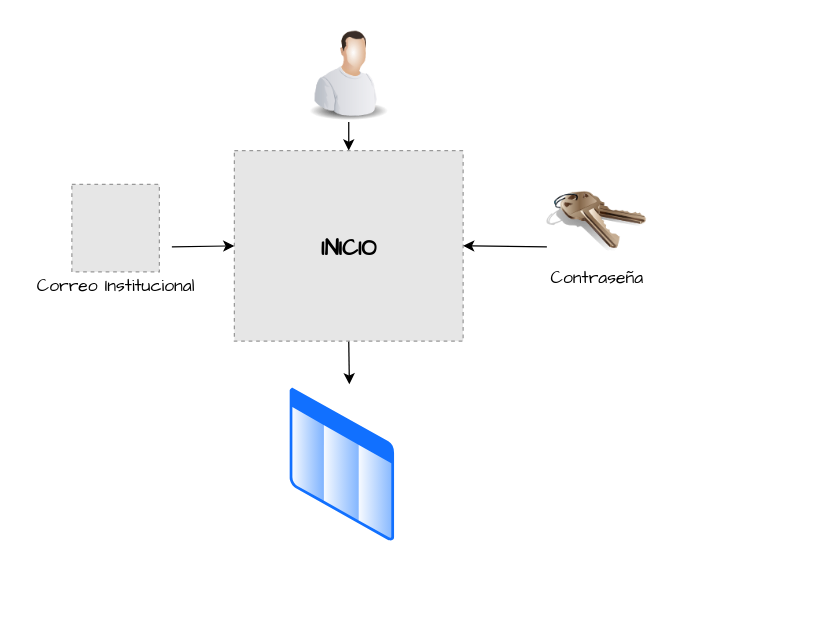
This is resources/diagarq.drawio from Alejololer/Examen, a draw.io file, before an edit. Source tidied: cells renumbered, new cells numbered last; positions are measured from the earlier drawing's top-left corner, leaving out a move shared by most shapes. Both pictures are drawn from the tidied source at 125%, with x=0, y=0 at pixel (21, 21). Pictures stored in the file or linked from it are replaced by grey dashed boxes.
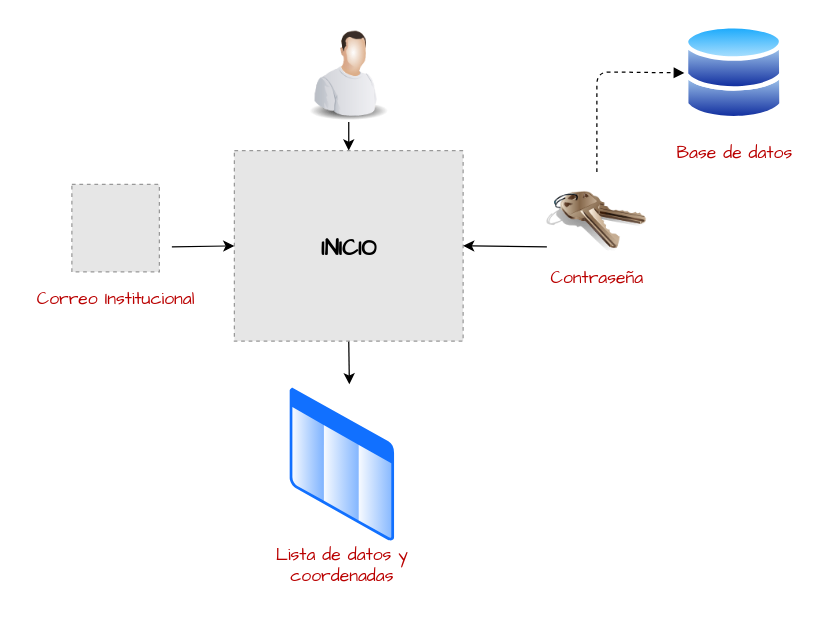
The same diagram, later.

Unchanged cells that the change refers to:
```xml
<mxCell id="11" style="image;html=1;image=img/lib/clip_art/general/Keys_128x128.png;labelBackgroundColor=none;strokeColor=#000000;fontFamily=Comic Sans MS;fontSize=14;fontColor=#000000;" parent="1" vertex="1">
  <mxGeometry x="420" y="120" width="80" height="80" as="geometry" />
</mxCell>
```

The edit, as a diff of the source:
```diff
@@
-    <mxCell id="8" value="&lt;font style=&quot;font-size: 14px;&quot;&gt;Correo Institucional&lt;/font&gt;" style="text;html=1;align=center;verticalAlign=middle;strokeColor=none;fillColor=none;fontSize=18;fontFamily=Comic Sans MS;fontColor=#000000;" parent="1" vertex="1">
-      <mxGeometry y="190" width="150" height="40" as="geometry" />
+    <mxCell id="8" value="&lt;font color=&quot;rgba(0, 0, 0, 0)&quot; style=&quot;font-size: 14px;&quot;&gt;Correo Institucional&lt;/font&gt;" style="text;html=1;align=center;verticalAlign=middle;strokeColor=none;fillColor=none;fontSize=18;fontFamily=Comic Sans MS;fontColor=#000000;" parent="1" vertex="1">
+      <mxGeometry y="200" width="150" height="40" as="geometry" />
     </mxCell>
@@
-    <mxCell id="12" value="Contraseña" style="text;html=1;align=center;verticalAlign=middle;strokeColor=none;fillColor=none;fontSize=14;fontFamily=Comic Sans MS;fontColor=#000000;" parent="1" vertex="1">
+    <mxCell id="12" value="&lt;font color=&quot;rgba(0, 0, 0, 0)&quot;&gt;Contraseña&lt;/font&gt;" style="text;html=1;align=center;verticalAlign=middle;strokeColor=none;fillColor=none;fontSize=14;fontFamily=Comic Sans MS;fontColor=#000000;" parent="1" vertex="1">
       <mxGeometry x="410" y="190" width="100" height="30" as="geometry" />
     </mxCell>
@@
+    <mxCell id="14" style="perimeter=ellipsePerimeter;html=1;align=center;shadow=0;dashed=0;spacingTop=3;image;image=img/lib/active_directory/databases.svg;labelBackgroundColor=none;strokeColor=#000000;fontFamily=Comic Sans MS;fontSize=14;fontColor=#000000;" parent="1" vertex="1">
+      <mxGeometry x="530" y="1.6" width="80" height="78.4" as="geometry" />
+    </mxCell>
+    <mxCell id="15" value="&lt;font color=&quot;rgba(0, 0, 0, 0)&quot;&gt;Lista de datos y coordenadas&lt;/font&gt;" style="text;html=1;strokeColor=none;fillColor=none;align=center;verticalAlign=middle;whiteSpace=wrap;rounded=0;labelBackgroundColor=none;fontFamily=Comic Sans MS;fontSize=14;fontColor=#000000;" parent="1" vertex="1">
+      <mxGeometry x="197.2" y="410" width="118.5" height="50" as="geometry" />
+    </mxCell>
+    <mxCell id="16" value="&lt;font color=&quot;rgba(0, 0, 0, 0)&quot;&gt;Base de datos&lt;/font&gt;" style="text;html=1;align=center;verticalAlign=middle;strokeColor=none;fillColor=none;fontSize=14;fontFamily=Comic Sans MS;fontColor=none;" parent="1" vertex="1">
+      <mxGeometry x="515" y="90" width="110" height="30" as="geometry" />
+    </mxCell>
+    <mxCell id="17" style="html=1;verticalAlign=bottom;labelBackgroundColor=none;endArrow=block;endFill=1;dashed=1;fontFamily=Comic Sans MS;fontSize=14;fontColor=none;exitX=0.5;exitY=0;exitDx=0;exitDy=0;entryX=0;entryY=0.5;entryDx=0;entryDy=0;" parent="1" edge="1" source="11" target="14">
+      <mxGeometry relative="1" as="geometry">
+        <Array as="points">
+          <mxPoint x="460" y="40" />
+        </Array>
+      </mxGeometry>
+    </mxCell>
```
